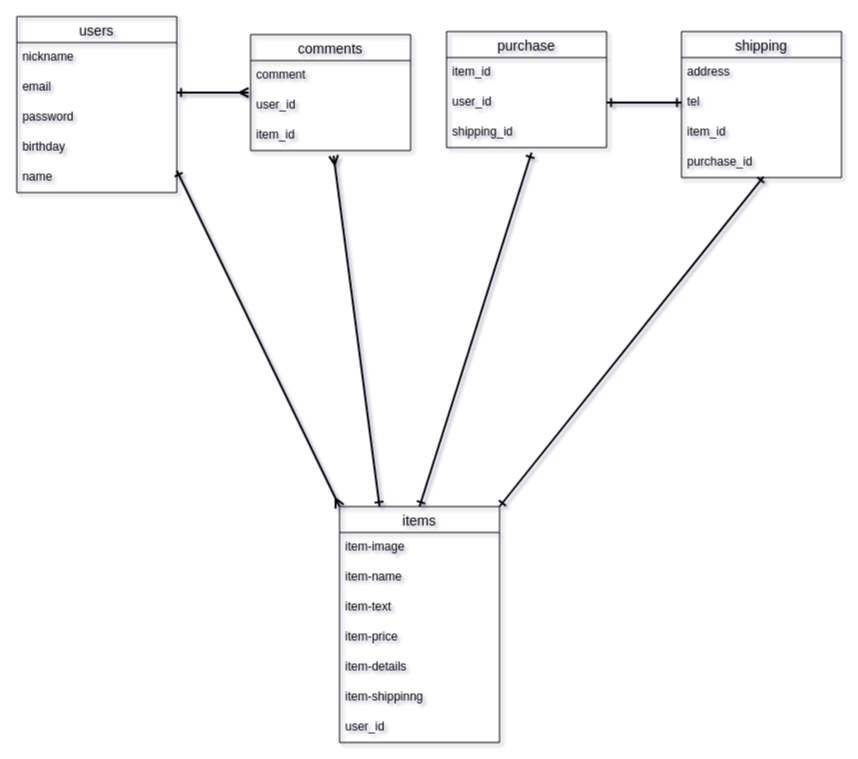
ka-jun/furima-33834 keeps this draw.io diagram as er .drawio. Above is the earlier version. Source tidied: cells renumbered, new cells numbered last; positions are measured from the earlier drawing's top-left corner, leaving out a move shared by most shapes. Both pictures are drawn from the tidied source at 100%, with x=0, y=0 at pixel (16, 16).
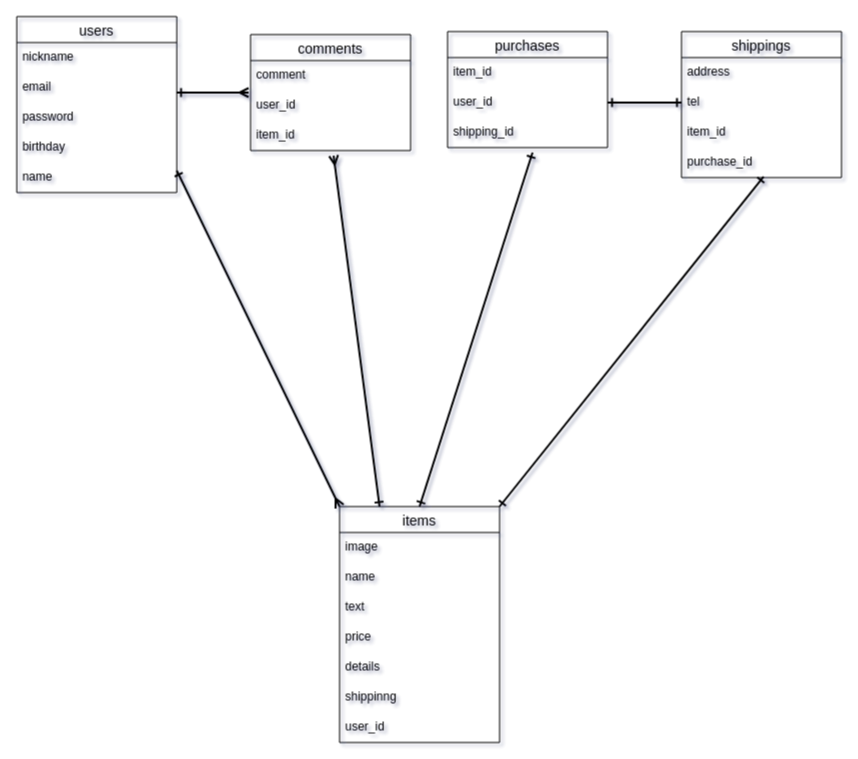
Above is the later version.

The change refers to these unchanged cells:
```xml
<mxCell id="7" value="items" style="swimlane;fontStyle=0;horizontal=1;startSize=26;align=center;fontSize=14;fillColor=none;" parent="1" vertex="1">
  <mxGeometry x="323" y="490" width="160" height="236" as="geometry" />
</mxCell>
```

Diff of the diagram source:
```diff
@@
-    <mxCell id="2" value="shipping" style="swimlane;fontStyle=0;horizontal=1;startSize=26;align=center;fontSize=14;fillColor=none;" parent="1" vertex="1">
+    <mxCell id="2" value="shippings" style="swimlane;fontStyle=0;horizontal=1;startSize=26;align=center;fontSize=14;fillColor=none;" parent="1" vertex="1">
       <mxGeometry x="665" y="15" width="160" height="146" as="geometry" />
     </mxCell>
@@
-    <mxCell id="8" value="item-image" style="text;strokeColor=none;fillColor=none;spacingLeft=4;spacingRight=4;overflow=hidden;fontSize=12;" parent="7" vertex="1">
+    <mxCell id="8" value="image" style="text;strokeColor=none;fillColor=none;spacingLeft=4;spacingRight=4;overflow=hidden;fontSize=12;" parent="7" vertex="1">
       <mxGeometry y="26" width="160" height="30" as="geometry" />
     </mxCell>
-    <mxCell id="9" value="item-name" style="text;strokeColor=none;fillColor=none;spacingLeft=4;spacingRight=4;overflow=hidden;fontSize=12;" parent="7" vertex="1">
+    <mxCell id="9" value="name" style="text;strokeColor=none;fillColor=none;spacingLeft=4;spacingRight=4;overflow=hidden;fontSize=12;" parent="7" vertex="1">
       <mxGeometry y="56" width="160" height="30" as="geometry" />
     </mxCell>
-    <mxCell id="10" value="item-text" style="text;strokeColor=none;fillColor=none;spacingLeft=4;spacingRight=4;overflow=hidden;fontSize=12;" parent="7" vertex="1">
+    <mxCell id="10" value="text" style="text;strokeColor=none;fillColor=none;spacingLeft=4;spacingRight=4;overflow=hidden;fontSize=12;" parent="7" vertex="1">
       <mxGeometry y="86" width="160" height="30" as="geometry" />
     </mxCell>
-    <mxCell id="11" value="item-price" style="text;strokeColor=none;fillColor=none;spacingLeft=4;spacingRight=4;overflow=hidden;fontSize=12;" parent="7" vertex="1">
+    <mxCell id="11" value="price" style="text;strokeColor=none;fillColor=none;spacingLeft=4;spacingRight=4;overflow=hidden;fontSize=12;" parent="7" vertex="1">
       <mxGeometry y="116" width="160" height="30" as="geometry" />
     </mxCell>
-    <mxCell id="12" value="item-details" style="text;strokeColor=none;fillColor=none;spacingLeft=4;spacingRight=4;overflow=hidden;fontSize=12;" parent="7" vertex="1">
+    <mxCell id="12" value="details" style="text;strokeColor=none;fillColor=none;spacingLeft=4;spacingRight=4;overflow=hidden;fontSize=12;" parent="7" vertex="1">
       <mxGeometry y="146" width="160" height="30" as="geometry" />
     </mxCell>
-    <mxCell id="13" value="item-shippinng" style="text;strokeColor=none;fillColor=none;spacingLeft=4;spacingRight=4;overflow=hidden;fontSize=12;" parent="7" vertex="1">
+    <mxCell id="13" value="shippinng" style="text;strokeColor=none;fillColor=none;spacingLeft=4;spacingRight=4;overflow=hidden;fontSize=12;" parent="7" vertex="1">
       <mxGeometry y="176" width="160" height="30" as="geometry" />
     </mxCell>
@@
-    <mxCell id="15" value="purchase" style="swimlane;fontStyle=0;horizontal=1;startSize=26;align=center;fontSize=14;fillColor=none;" parent="1" vertex="1">
-      <mxGeometry x="430" y="15" width="160" height="116" as="geometry" />
+    <mxCell id="15" value="purchases" style="swimlane;fontStyle=0;horizontal=1;startSize=26;align=center;fontSize=14;fillColor=none;" parent="1" vertex="1">
+      <mxGeometry x="431" y="15" width="160" height="116" as="geometry" />
     </mxCell>
```
